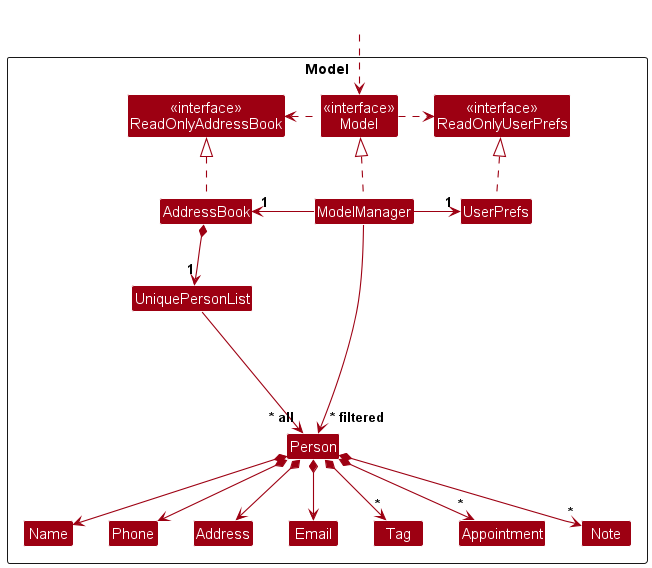
Before: docs/images/ModelClassDiagram.png, a diagram exported from PlantUML (tanqinyong/tp). Its diagram source:
```plantuml
@startuml
!include style.puml
skinparam arrowThickness 1.1
skinparam arrowColor MODEL_COLOR
skinparam classBackgroundColor MODEL_COLOR

Package Model as ModelPackage <<Rectangle>>{
Class "<<interface>>\nReadOnlyAddressBook" as ReadOnlyAddressBook
Class "<<interface>>\nReadOnlyUserPrefs" as ReadOnlyUserPrefs
Class "<<interface>>\nModel" as Model
Class AddressBook
Class ModelManager
Class UserPrefs

Class UniquePersonList
Class Person
Class Address
Class Email
Class Name
Class Phone
Class Tag
Class Appointment
Class Note

Class I #FFFFFF
}

Class HiddenOutside #FFFFFF
HiddenOutside ..> Model

AddressBook .up.|> ReadOnlyAddressBook

ModelManager .up.|> Model
Model .right.> ReadOnlyUserPrefs
Model .left.> ReadOnlyAddressBook
ModelManager -left-> "1" AddressBook
ModelManager -right-> "1" UserPrefs
UserPrefs .up.|> ReadOnlyUserPrefs

AddressBook *--> "1" UniquePersonList
UniquePersonList --> "~* all" Person
Person *--> Name
Person *--> Phone
Person *--> Email
Person *--> Address
Person *--> "*" Tag
Person *--> "*" Appointment
Person *--> "*" Note

Person -[hidden]up--> I
UniquePersonList -[hidden]right-> I

Name -[hidden]right-> Phone
Phone -[hidden]right-> Address
Address -[hidden]right-> Email
Email -[hidden]right-> Tag
Tag -[hidden]right-> Appointment
Appointment -[hidden]right-> Note

ModelManager --> "~* filtered" Person
@enduml
```
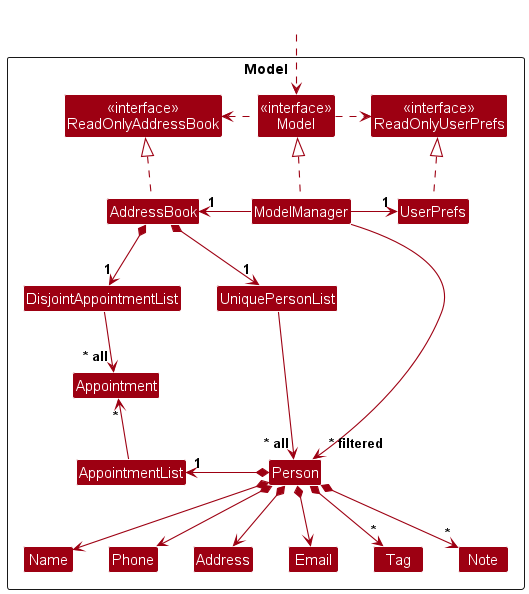
Later version of the same file.

Change to the diagram source:
```diff
@@ -13,6 +13,8 @@
 Class UserPrefs
 
 Class UniquePersonList
+Class DisjointAppointmentList
+Class AppointmentList
 Class Person
 Class Address
 Class Email
@@ -37,25 +39,28 @@
 ModelManager -right-> "1" UserPrefs
 UserPrefs .up.|> ReadOnlyUserPrefs
 
-AddressBook *--> "1" UniquePersonList
+AddressBook *-down-> "1" DisjointAppointmentList
+DisjointAppointmentList -[hidden]r-> UniquePersonList
+AddressBook *-down-> "1" UniquePersonList
 UniquePersonList --> "~* all" Person
 Person *--> Name
 Person *--> Phone
 Person *--> Email
 Person *--> Address
 Person *--> "*" Tag
-Person *--> "*" Appointment
 Person *--> "*" Note
 
 Person -[hidden]up--> I
 UniquePersonList -[hidden]right-> I
 
+Person *-left-> "1" AppointmentList
+AppointmentList -up-> "*" Appointment
+DisjointAppointmentList --> "~* all" Appointment
+
 Name -[hidden]right-> Phone
 Phone -[hidden]right-> Address
 Address -[hidden]right-> Email
 Email -[hidden]right-> Tag
-Tag -[hidden]right-> Appointment
-Appointment -[hidden]right-> Note
 
 ModelManager --> "~* filtered" Person
 @enduml
```
